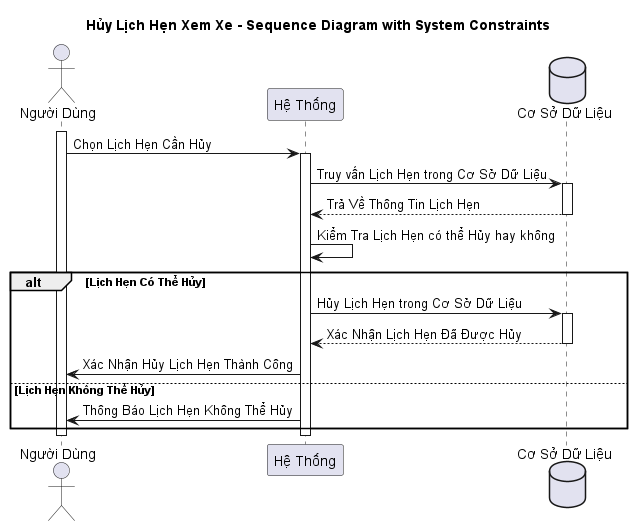
Before: out/Lab1/Lab1.2/Sequence/UC3.SEQ2 Hủy lịch hẹn/UC3.SEQ2 Hủy lịch hẹn.png, a diagram exported from PlantUML (phutuctran/SE357-Pratice-class). Its diagram source:
```plantuml
@startuml
title Hủy Lịch Hẹn Xem Xe - Sequence Diagram with System Constraints

actor "Người Dùng" as user
participant "Hệ Thống" as system
database "Cơ Sở Dữ Liệu" as database

activate user
user -> system: Chọn Lịch Hẹn Cần Hủy
activate system
system -> database: Truy vấn Lịch Hẹn trong Cơ Sở Dữ Liệu
activate database
database --> system: Trả Về Thông Tin Lịch Hẹn
deactivate database
system -> system: Kiểm Tra Lịch Hẹn có thể Hủy hay không
alt Lịch Hẹn Có Thể Hủy
    system -> database: Hủy Lịch Hẹn trong Cơ Sở Dữ Liệu
    activate database
    database --> system: Xác Nhận Lịch Hẹn Đã Được Hủy
    deactivate database
    system -> user: Xác Nhận Hủy Lịch Hẹn Thành Công
else Lịch Hẹn Không Thể Hủy
    system -> user: Thông Báo Lịch Hẹn Không Thể Hủy
end
deactivate system
deactivate user
@enduml
```
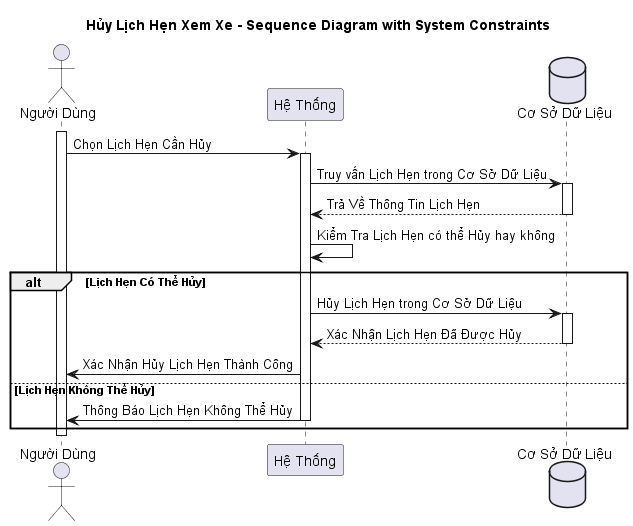
After the change.

What changed in the source:
```diff
@@ -21,7 +21,7 @@
     system -> user: Xác Nhận Hủy Lịch Hẹn Thành Công
 else Lịch Hẹn Không Thể Hủy
     system -> user: Thông Báo Lịch Hẹn Không Thể Hủy
+    deactivate system
 end
-deactivate system
 deactivate user
 @enduml
```
